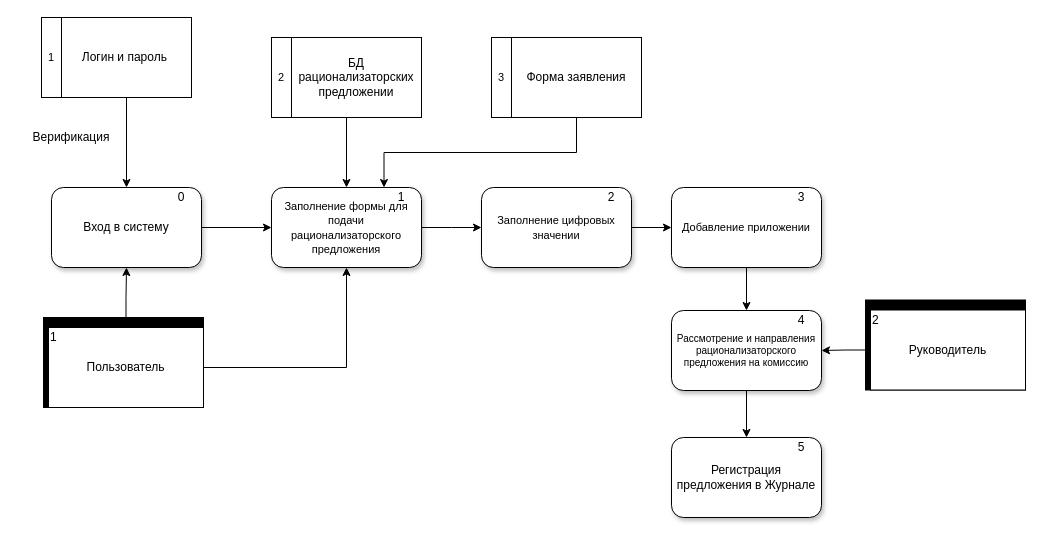
The draw.io diagram page "DFD" (3 of 4) of IDEF0.drawio in Ideas-maker/diagram, before the edit. Source tidied: cells renumbered, new cells numbered last; positions are measured from the earlier drawing's top-left corner, leaving out a move shared by most shapes. Both pictures are drawn from the tidied source at 100%, with x=0, y=0 at pixel (21, 17).
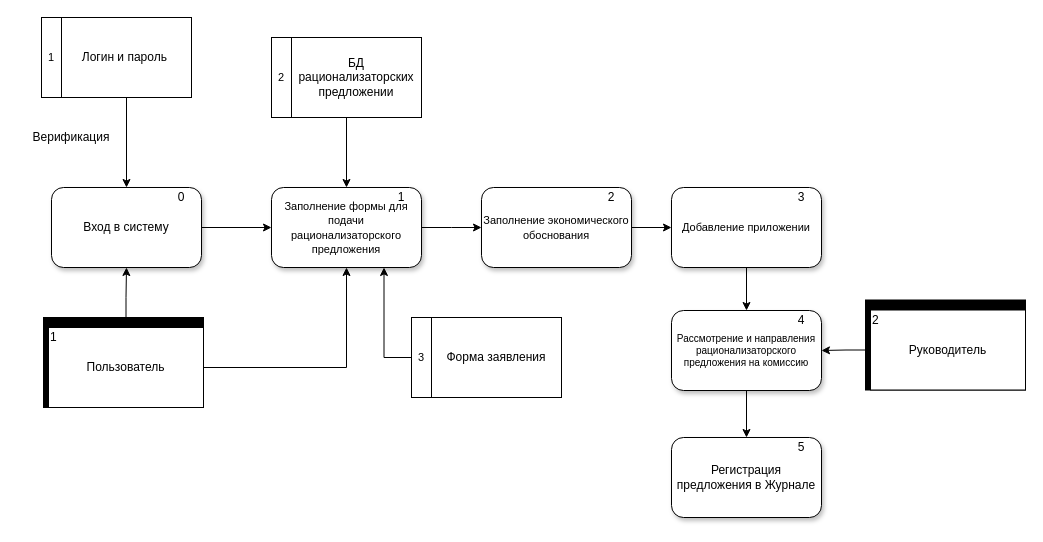
After the change.

Unchanged cells that the change refers to:
```xml
<mxCell id="12" value="&lt;font style=&quot;font-size: 11px&quot;&gt;Заполнение формы для подачи рационализаторского предложения&lt;/font&gt;" style="rounded=1;whiteSpace=wrap;html=1;shadow=1;glass=0;comic=0;labelBackgroundColor=none;strokeColor=#000000;fillColor=#ffffff;fontSize=12;fontColor=#000000;" parent="11" vertex="1">
  <mxGeometry width="150" height="80" as="geometry" />
</mxCell>
<mxCell id="26" style="group;fontSize=11;" parent="1" vertex="1">
  <mxGeometry x="460" y="170" width="150" height="80" as="geometry" />
</mxCell>
<mxCell id="32" value="Форма заявления" style="rounded=0;whiteSpace=wrap;html=1;fontSize=12;shadow=0;glass=0;comic=0;" parent="30" vertex="1">
  <mxGeometry x="20" width="130" height="80" as="geometry" />
</mxCell>
<mxCell id="33" value="3" style="text;html=1;strokeColor=none;fillColor=none;align=center;verticalAlign=middle;whiteSpace=wrap;rounded=0;shadow=1;glass=0;comic=0;labelBackgroundColor=none;fontSize=11;fontColor=#000000;" parent="30" vertex="1">
  <mxGeometry y="30" width="20" height="20" as="geometry" />
</mxCell>
```

What changed in the source:
```diff
@@
-    <mxCell id="27" value="&lt;font style=&quot;font-size: 11px&quot;&gt;Заполнение цифровых значении&lt;/font&gt;" style="rounded=1;whiteSpace=wrap;html=1;shadow=1;glass=0;comic=0;labelBackgroundColor=none;strokeColor=#000000;fillColor=#ffffff;fontSize=12;fontColor=#000000;" parent="26" vertex="1">
+    <mxCell id="27" value="&lt;font style=&quot;font-size: 11px&quot;&gt;Заполнение экономического обоснования&lt;/font&gt;" style="rounded=1;whiteSpace=wrap;html=1;shadow=1;glass=0;comic=0;labelBackgroundColor=none;strokeColor=#000000;fillColor=#ffffff;fontSize=12;fontColor=#000000;" parent="26" vertex="1">
       <mxGeometry width="150" height="80" as="geometry" />
     </mxCell>
@@
     <mxCell id="30" style="group;" parent="1" vertex="1">
-      <mxGeometry x="470" y="20" width="150" height="80" as="geometry" />
+      <mxGeometry x="390" y="300" width="150" height="80" as="geometry" />
     </mxCell>
@@
-    <mxCell id="34" style="edgeStyle=orthogonalEdgeStyle;rounded=0;jettySize=auto;html=1;exitX=0.5;exitY=1;exitDx=0;exitDy=0;entryX=0.75;entryY=0;entryDx=0;entryDy=0;fontSize=11;fontColor=#000000;" parent="1" edge="1" source="32" target="12">
-      <mxGeometry relative="1" as="geometry" />
-    </mxCell>
@@
+    <mxCell id="52" style="edgeStyle=orthogonalEdgeStyle;rounded=0;jettySize=auto;html=1;exitX=0;exitY=0.5;exitDx=0;exitDy=0;entryX=0.75;entryY=1;entryDx=0;entryDy=0;fontSize=10;" parent="1" edge="1" source="33" target="12">
+      <mxGeometry relative="1" as="geometry" />
+    </mxCell>
```
